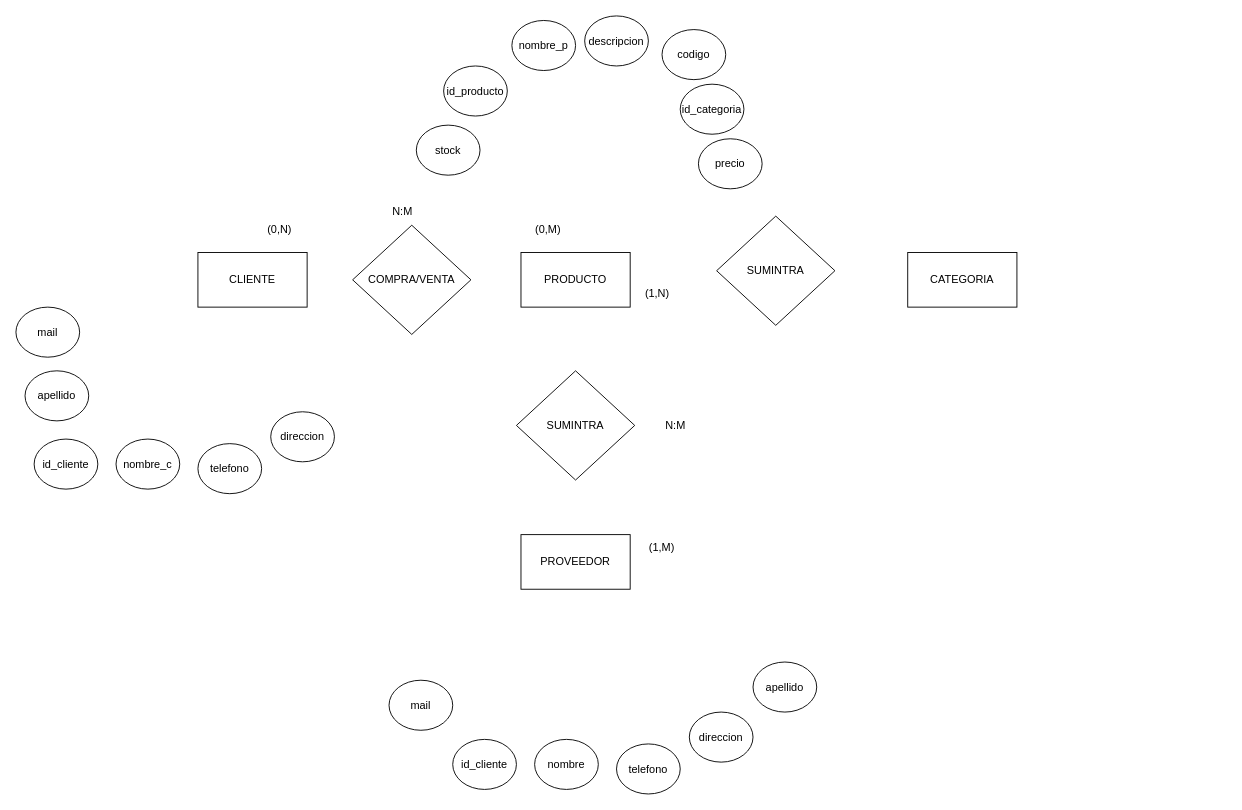
Before: Untitled Diagram.drawio in iamsourcer/LaFloreria, a draw.io diagram. Source tidied: cells renumbered, new cells numbered last; positions are measured from the earlier drawing's top-left corner, leaving out a move shared by most shapes. Both pictures are drawn from the tidied source at 91%, with x=0, y=0 at pixel (15, 15).
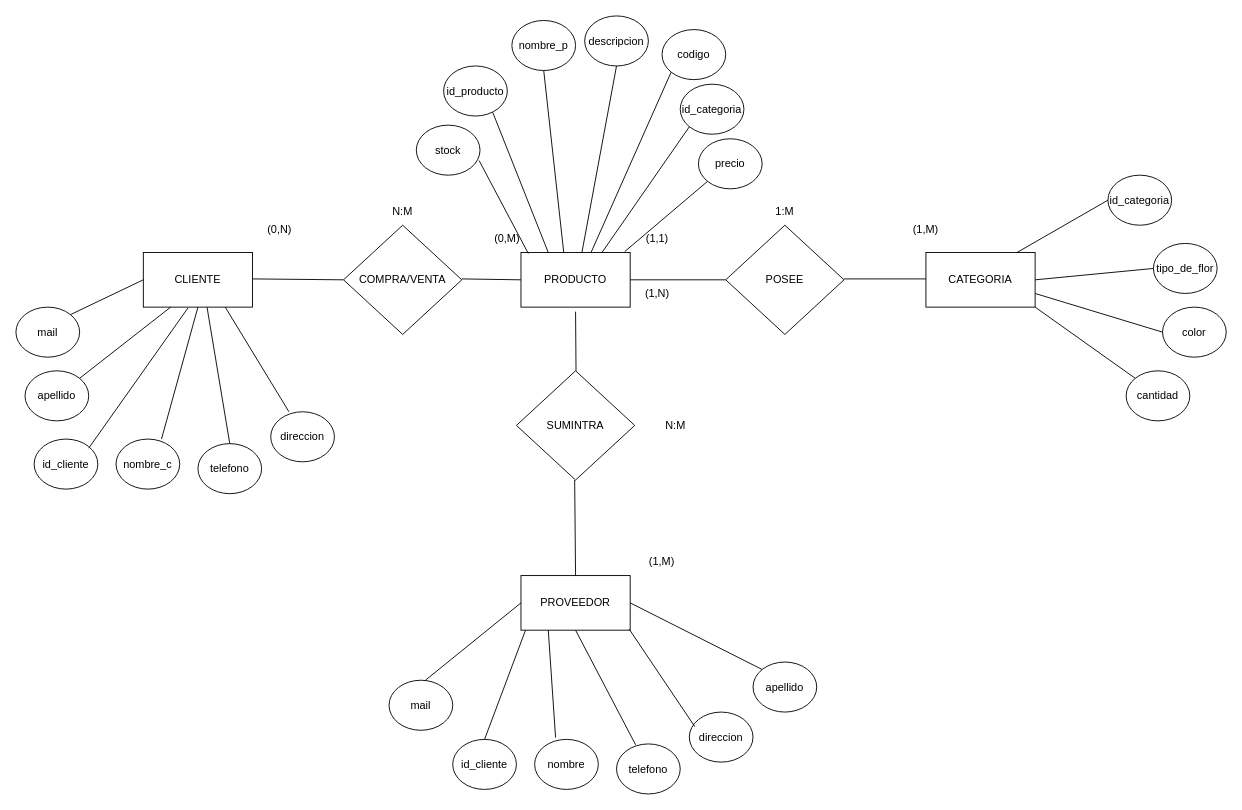
Above is the later version.

Commit message:
YA casi esta este DER eh

Unchanged cells that the change refers to:
```xml
<mxCell id="4" value="PRODUCTO" style="rounded=0;whiteSpace=wrap;html=1;" parent="1" vertex="1">
  <mxGeometry x="555" y="260" width="120" height="60" as="geometry" />
</mxCell>
<mxCell id="12" value="(1,N)" style="text;html=1;align=center;verticalAlign=middle;whiteSpace=wrap;rounded=0;" parent="1" vertex="1">
  <mxGeometry x="675" y="290" width="60" height="30" as="geometry" />
</mxCell>
<mxCell id="15" value="nombre_c" style="ellipse;whiteSpace=wrap;html=1;" parent="1" vertex="1">
  <mxGeometry x="110" y="465" width="70" height="55" as="geometry" />
</mxCell>
<mxCell id="16" value="apellido" style="ellipse;whiteSpace=wrap;html=1;" parent="1" vertex="1">
  <mxGeometry x="10" y="390" width="70" height="55" as="geometry" />
</mxCell>
<mxCell id="17" value="telefono" style="ellipse;whiteSpace=wrap;html=1;" parent="1" vertex="1">
  <mxGeometry x="200" y="470" width="70" height="55" as="geometry" />
</mxCell>
<mxCell id="18" value="mail" style="ellipse;whiteSpace=wrap;html=1;" parent="1" vertex="1">
  <mxGeometry y="320" width="70" height="55" as="geometry" />
</mxCell>
<mxCell id="19" value="direccion" style="ellipse;whiteSpace=wrap;html=1;" parent="1" vertex="1">
  <mxGeometry x="280" y="435" width="70" height="55" as="geometry" />
</mxCell>
<mxCell id="20" value="id_cliente" style="ellipse;whiteSpace=wrap;html=1;" parent="1" vertex="1">
  <mxGeometry x="480" y="795" width="70" height="55" as="geometry" />
</mxCell>
<mxCell id="21" value="nombre" style="ellipse;whiteSpace=wrap;html=1;" parent="1" vertex="1">
  <mxGeometry x="570" y="795" width="70" height="55" as="geometry" />
</mxCell>
<mxCell id="22" value="apellido" style="ellipse;whiteSpace=wrap;html=1;" parent="1" vertex="1">
  <mxGeometry x="810" y="710" width="70" height="55" as="geometry" />
</mxCell>
<mxCell id="23" value="telefono" style="ellipse;whiteSpace=wrap;html=1;" parent="1" vertex="1">
  <mxGeometry x="660" y="800" width="70" height="55" as="geometry" />
</mxCell>
<mxCell id="25" value="direccion" style="ellipse;whiteSpace=wrap;html=1;" parent="1" vertex="1">
  <mxGeometry x="740" y="765" width="70" height="55" as="geometry" />
</mxCell>
<mxCell id="26" value="id_producto" style="ellipse;whiteSpace=wrap;html=1;" parent="1" vertex="1">
  <mxGeometry x="470" y="55" width="70" height="55" as="geometry" />
</mxCell>
<mxCell id="27" value="nombre_p" style="ellipse;whiteSpace=wrap;html=1;" parent="1" vertex="1">
  <mxGeometry x="545" y="5" width="70" height="55" as="geometry" />
</mxCell>
<mxCell id="28" value="descripcion" style="ellipse;whiteSpace=wrap;html=1;" parent="1" vertex="1">
  <mxGeometry x="625" width="70" height="55" as="geometry" />
</mxCell>
<mxCell id="29" value="codigo" style="ellipse;whiteSpace=wrap;html=1;" parent="1" vertex="1">
  <mxGeometry x="710" y="15" width="70" height="55" as="geometry" />
</mxCell>
<mxCell id="30" value="stock" style="ellipse;whiteSpace=wrap;html=1;" parent="1" vertex="1">
  <mxGeometry x="440" y="120" width="70" height="55" as="geometry" />
</mxCell>
<mxCell id="31" value="id_categoria" style="ellipse;whiteSpace=wrap;html=1;" parent="1" vertex="1">
  <mxGeometry x="730" y="75" width="70" height="55" as="geometry" />
</mxCell>
<mxCell id="32" value="precio" style="ellipse;whiteSpace=wrap;html=1;" parent="1" vertex="1">
  <mxGeometry x="750" y="135" width="70" height="55" as="geometry" />
</mxCell>
```

Change to the diagram source:
```diff
@@
     <mxCell id="2" value="CATEGORIA" style="rounded=0;whiteSpace=wrap;html=1;" parent="1" vertex="1">
-      <mxGeometry x="980" y="260" width="120" height="60" as="geometry" />
+      <mxGeometry x="1000" y="260" width="120" height="60" as="geometry" />
     </mxCell>
     <mxCell id="3" value="PROVEEDOR" style="rounded=0;whiteSpace=wrap;html=1;" parent="1" vertex="1">
-      <mxGeometry x="555" y="570" width="120" height="60" as="geometry" />
+      <mxGeometry x="555" y="615" width="120" height="60" as="geometry" />
     </mxCell>
@@
     <mxCell id="5" value="CLIENTE" style="rounded=0;whiteSpace=wrap;html=1;" parent="1" vertex="1">
-      <mxGeometry x="200" y="260" width="120" height="60" as="geometry" />
+      <mxGeometry x="140" y="260" width="120" height="60" as="geometry" />
     </mxCell>
     <mxCell id="6" value="COMPRA/VENTA" style="rhombus;whiteSpace=wrap;html=1;" parent="1" vertex="1">
-      <mxGeometry x="370" y="230" width="130" height="120" as="geometry" />
+      <mxGeometry x="360" y="230" width="130" height="120" as="geometry" />
     </mxCell>
@@
     <mxCell id="8" value="(0,M)" style="text;html=1;align=center;verticalAlign=middle;whiteSpace=wrap;rounded=0;" parent="1" vertex="1">
-      <mxGeometry x="555" y="220" width="60" height="30" as="geometry" />
+      <mxGeometry x="510" y="230" width="60" height="30" as="geometry" />
     </mxCell>
@@
     <mxCell id="11" value="(1,M)" style="text;html=1;align=center;verticalAlign=middle;whiteSpace=wrap;rounded=0;" parent="1" vertex="1">
-      <mxGeometry x="680" y="570" width="60" height="30" as="geometry" />
+      <mxGeometry x="680" y="585" width="60" height="30" as="geometry" />
     </mxCell>
@@
-    <mxCell id="33" value="SUMINTRA" style="rhombus;whiteSpace=wrap;html=1;" parent="1" vertex="1">
-      <mxGeometry x="770" y="220" width="130" height="120" as="geometry" />
+    <mxCell id="33" value="POSEE" style="rhombus;whiteSpace=wrap;html=1;" parent="1" vertex="1">
+      <mxGeometry x="780" y="230" width="130" height="120" as="geometry" />
     </mxCell>
+    <mxCell id="34" value="(1,M)" style="text;html=1;align=center;verticalAlign=middle;whiteSpace=wrap;rounded=0;" parent="1" vertex="1">
+      <mxGeometry x="970" y="220" width="60" height="30" as="geometry" />
+    </mxCell>
+    <mxCell id="35" value="(1,1)" style="text;html=1;align=center;verticalAlign=middle;whiteSpace=wrap;rounded=0;" parent="1" vertex="1">
+      <mxGeometry x="675" y="230" width="60" height="30" as="geometry" />
+    </mxCell>
+    <mxCell id="36" value="1:M" style="text;html=1;align=center;verticalAlign=middle;whiteSpace=wrap;rounded=0;" parent="1" vertex="1">
+      <mxGeometry x="815" y="200" width="60" height="30" as="geometry" />
+    </mxCell>
+    <mxCell id="37" value="id_categoria" style="ellipse;whiteSpace=wrap;html=1;" parent="1" vertex="1">
+      <mxGeometry x="1200" y="175" width="70" height="55" as="geometry" />
+    </mxCell>
+    <mxCell id="38" value="tipo_de_flor" style="ellipse;whiteSpace=wrap;html=1;" parent="1" vertex="1">
+      <mxGeometry x="1250" y="250" width="70" height="55" as="geometry" />
+    </mxCell>
+    <mxCell id="39" value="color" style="ellipse;whiteSpace=wrap;html=1;" parent="1" vertex="1">
+      <mxGeometry x="1260" y="320" width="70" height="55" as="geometry" />
+    </mxCell>
+    <mxCell id="40" value="cantidad" style="ellipse;whiteSpace=wrap;html=1;" parent="1" vertex="1">
+      <mxGeometry x="1220" y="390" width="70" height="55" as="geometry" />
+    </mxCell>
+    <mxCell id="41" style="endArrow=none;html=1;rounded=0;exitX=0;exitY=0.5;exitDx=0;exitDy=0;" parent="1" edge="1" source="6">
+      <mxGeometry relative="1" as="geometry">
+        <mxPoint x="260" y="289" as="targetPoint" />
+      </mxGeometry>
+    </mxCell>
+    <mxCell id="42" style="endArrow=none;html=1;rounded=0;exitX=0;exitY=0.5;exitDx=0;exitDy=0;" parent="1" edge="1" source="4">
+      <mxGeometry relative="1" as="geometry">
+        <mxPoint x="490" y="289" as="targetPoint" />
+      </mxGeometry>
+    </mxCell>
+    <mxCell id="43" style="endArrow=none;html=1;rounded=0;exitX=0;exitY=0.5;exitDx=0;exitDy=0;entryX=0;entryY=0;entryDx=0;entryDy=0;" parent="1" edge="1" source="33" target="12">
+      <mxGeometry relative="1" as="geometry" />
+    </mxCell>
+    <mxCell id="44" style="endArrow=none;html=1;rounded=0;entryX=0;entryY=0;entryDx=0;entryDy=0;" parent="1" edge="1">
+      <mxGeometry relative="1" as="geometry">
+        <mxPoint x="1000" y="289" as="sourcePoint" />
+        <mxPoint x="910" y="289" as="targetPoint" />
+      </mxGeometry>
+    </mxCell>
+    <mxCell id="45" style="endArrow=none;html=1;rounded=0;exitX=0.5;exitY=0;exitDx=0;exitDy=0;" parent="1" edge="1" source="3">
+      <mxGeometry relative="1" as="geometry">
+        <mxPoint x="614" y="510" as="targetPoint" />
+      </mxGeometry>
+    </mxCell>
+    <mxCell id="46" style="endArrow=none;html=1;rounded=0;" parent="1" edge="1">
+      <mxGeometry relative="1" as="geometry">
+        <mxPoint x="615.5" y="390" as="sourcePoint" />
+        <mxPoint x="615" y="325" as="targetPoint" />
+      </mxGeometry>
+    </mxCell>
+    <mxCell id="47" style="endArrow=none;html=1;rounded=0;entryX=0.25;entryY=1;entryDx=0;entryDy=0;exitX=1;exitY=0;exitDx=0;exitDy=0;" parent="1" edge="1" source="16" target="5">
+      <mxGeometry relative="1" as="geometry" />
+    </mxCell>
+    <mxCell id="48" style="endArrow=none;html=1;rounded=0;entryX=0.408;entryY=1.017;entryDx=0;entryDy=0;entryPerimeter=0;" parent="1" edge="1" target="5">
+      <mxGeometry relative="1" as="geometry">
+        <mxPoint x="80" y="475" as="sourcePoint" />
+      </mxGeometry>
+    </mxCell>
+    <mxCell id="49" style="endArrow=none;html=1;rounded=0;entryX=0;entryY=0.5;entryDx=0;entryDy=0;exitX=1;exitY=0;exitDx=0;exitDy=0;" parent="1" edge="1" source="18" target="5">
+      <mxGeometry relative="1" as="geometry" />
+    </mxCell>
+    <mxCell id="50" style="endArrow=none;html=1;rounded=0;entryX=0.286;entryY=0;entryDx=0;entryDy=0;exitX=0.75;exitY=1;exitDx=0;exitDy=0;entryPerimeter=0;" parent="1" edge="1" source="5" target="19">
+      <mxGeometry relative="1" as="geometry" />
+    </mxCell>
+    <mxCell id="51" style="endArrow=none;html=1;rounded=0;exitX=0.75;exitY=1;exitDx=0;exitDy=0;entryX=0.5;entryY=0;entryDx=0;entryDy=0;" parent="1" edge="1" target="17">
+      <mxGeometry relative="1" as="geometry">
+        <mxPoint x="210" y="320" as="sourcePoint" />
+      </mxGeometry>
+    </mxCell>
+    <mxCell id="52" style="endArrow=none;html=1;rounded=0;exitX=0.75;exitY=1;exitDx=0;exitDy=0;entryX=0.714;entryY=0;entryDx=0;entryDy=0;entryPerimeter=0;" parent="1" edge="1" target="15">
+      <mxGeometry relative="1" as="geometry">
+        <mxPoint x="200" y="320" as="sourcePoint" />
+      </mxGeometry>
+    </mxCell>
+    <mxCell id="53" style="endArrow=none;html=1;rounded=0;exitX=0.95;exitY=-0.017;exitDx=0;exitDy=0;exitPerimeter=0;entryX=0;entryY=1;entryDx=0;entryDy=0;" parent="1" edge="1" source="4" target="32">
+      <mxGeometry relative="1" as="geometry" />
+    </mxCell>
+    <mxCell id="54" style="endArrow=none;html=1;rounded=0;exitX=0.95;exitY=-0.017;exitDx=0;exitDy=0;exitPerimeter=0;entryX=0;entryY=1;entryDx=0;entryDy=0;" parent="1" edge="1" target="31">
+      <mxGeometry relative="1" as="geometry">
+        <mxPoint x="644" y="260" as="sourcePoint" />
+      </mxGeometry>
+    </mxCell>
+    <mxCell id="55" style="endArrow=none;html=1;rounded=0;exitX=0.95;exitY=-0.017;exitDx=0;exitDy=0;exitPerimeter=0;entryX=0;entryY=1;entryDx=0;entryDy=0;" parent="1" edge="1" target="29">
+      <mxGeometry relative="1" as="geometry">
+        <mxPoint x="632" y="260" as="sourcePoint" />
+      </mxGeometry>
+    </mxCell>
+    <mxCell id="56" style="endArrow=none;html=1;rounded=0;entryX=0.5;entryY=1;entryDx=0;entryDy=0;exitX=0.558;exitY=0;exitDx=0;exitDy=0;exitPerimeter=0;" parent="1" edge="1" source="4" target="28">
+      <mxGeometry relative="1" as="geometry" />
+    </mxCell>
+    <mxCell id="57" style="endArrow=none;html=1;rounded=0;entryX=0.5;entryY=1;entryDx=0;entryDy=0;exitX=0.558;exitY=0;exitDx=0;exitDy=0;exitPerimeter=0;" parent="1" edge="1" target="27">
+      <mxGeometry relative="1" as="geometry">
+        <mxPoint x="602" y="260" as="sourcePoint" />
+      </mxGeometry>
+    </mxCell>
+    <mxCell id="58" style="endArrow=none;html=1;rounded=0;entryX=0.771;entryY=0.927;entryDx=0;entryDy=0;exitX=0.25;exitY=0;exitDx=0;exitDy=0;entryPerimeter=0;" parent="1" edge="1" source="4" target="26">
+      <mxGeometry relative="1" as="geometry" />
+    </mxCell>
+    <mxCell id="59" style="endArrow=none;html=1;rounded=0;entryX=0.986;entryY=0.709;entryDx=0;entryDy=0;exitX=0.067;exitY=0.017;exitDx=0;exitDy=0;entryPerimeter=0;exitPerimeter=0;" parent="1" edge="1" source="4" target="30">
+      <mxGeometry relative="1" as="geometry" />
+    </mxCell>
+    <mxCell id="60" style="endArrow=none;html=1;rounded=0;entryX=0;entryY=0.5;entryDx=0;entryDy=0;" parent="1" edge="1" target="3">
+      <mxGeometry relative="1" as="geometry">
+        <mxPoint x="450" y="730" as="sourcePoint" />
+      </mxGeometry>
+    </mxCell>
+    <mxCell id="61" style="endArrow=none;html=1;rounded=0;exitX=0.5;exitY=0;exitDx=0;exitDy=0;" parent="1" edge="1" source="20">
+      <mxGeometry relative="1" as="geometry">
+        <mxPoint x="560" y="675" as="targetPoint" />
+      </mxGeometry>
+    </mxCell>
+    <mxCell id="62" style="endArrow=none;html=1;rounded=0;exitX=0.329;exitY=-0.036;exitDx=0;exitDy=0;exitPerimeter=0;entryX=0.25;entryY=1;entryDx=0;entryDy=0;" parent="1" edge="1" source="21" target="3">
+      <mxGeometry relative="1" as="geometry" />
+    </mxCell>
+    <mxCell id="63" style="endArrow=none;html=1;rounded=0;exitX=0.3;exitY=0.018;exitDx=0;exitDy=0;exitPerimeter=0;entryX=0.5;entryY=1;entryDx=0;entryDy=0;" parent="1" edge="1" source="23" target="3">
+      <mxGeometry relative="1" as="geometry" />
+    </mxCell>
+    <mxCell id="64" style="endArrow=none;html=1;rounded=0;exitX=0.086;exitY=0.291;exitDx=0;exitDy=0;exitPerimeter=0;entryX=0.5;entryY=1;entryDx=0;entryDy=0;" parent="1" edge="1" source="25">
+      <mxGeometry relative="1" as="geometry">
+        <mxPoint x="674" y="674" as="targetPoint" />
+      </mxGeometry>
+    </mxCell>
+    <mxCell id="65" style="endArrow=none;html=1;rounded=0;exitX=0;exitY=0;exitDx=0;exitDy=0;entryX=0.5;entryY=1;entryDx=0;entryDy=0;" parent="1" edge="1" source="22">
+      <mxGeometry relative="1" as="geometry">
+        <mxPoint x="675" y="645" as="targetPoint" />
+      </mxGeometry>
+    </mxCell>
+    <mxCell id="66" style="endArrow=none;html=1;rounded=0;entryX=0;entryY=0.5;entryDx=0;entryDy=0;" parent="1" edge="1" target="37">
+      <mxGeometry relative="1" as="geometry">
+        <mxPoint x="1100" y="260" as="sourcePoint" />
+      </mxGeometry>
+    </mxCell>
+    <mxCell id="67" style="endArrow=none;html=1;rounded=0;entryX=0;entryY=0.5;entryDx=0;entryDy=0;" parent="1" edge="1" target="38">
+      <mxGeometry relative="1" as="geometry">
+        <mxPoint x="1120" y="290" as="sourcePoint" />
+      </mxGeometry>
+    </mxCell>
+    <mxCell id="68" style="endArrow=none;html=1;rounded=0;entryX=0;entryY=0.5;entryDx=0;entryDy=0;" parent="1" edge="1" target="39">
+      <mxGeometry relative="1" as="geometry">
+        <mxPoint x="1120" y="305" as="sourcePoint" />
+      </mxGeometry>
+    </mxCell>
+    <mxCell id="69" style="endArrow=none;html=1;rounded=0;entryX=0;entryY=0;entryDx=0;entryDy=0;" parent="1" edge="1" target="40">
+      <mxGeometry relative="1" as="geometry">
+        <mxPoint x="1120" y="320" as="sourcePoint" />
+      </mxGeometry>
+    </mxCell>
```
